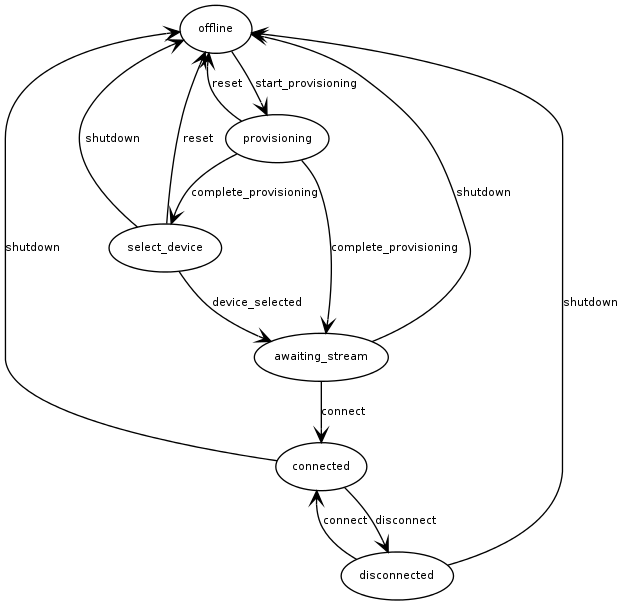
Before: doc/fsm_venue.png, a diagram exported from Graphviz (voicerepublic/voicerepublic_dev). Its source is kept beside it as doc/fsm_venue.dot.
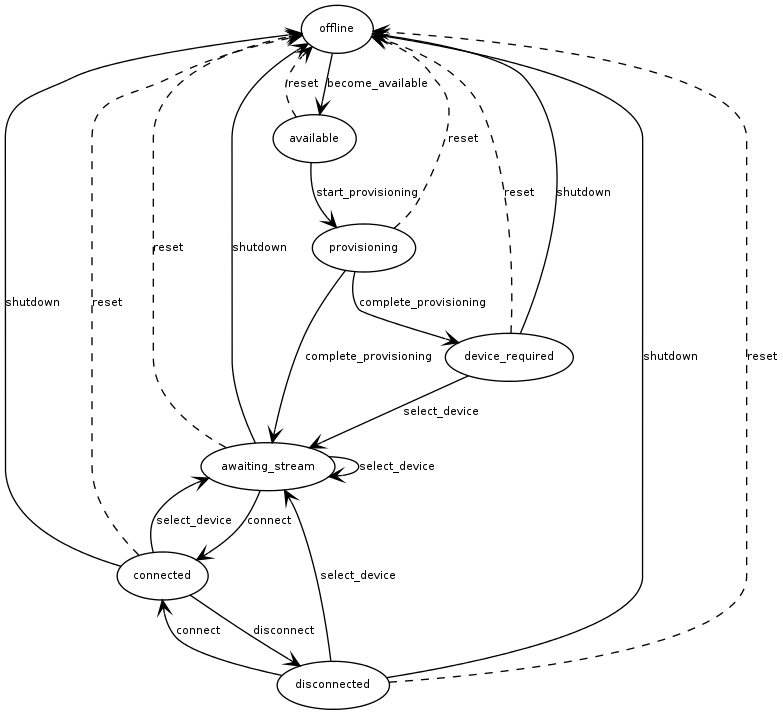
After the commit.

What changed in the source:
```diff
@@ -25,20 +25,33 @@
     shape = "oval"
   ]
 
-  offline -> provisioning [label="start_provisioning"]
+  offline -> available [label="become_available"]
+  available -> provisioning [label="start_provisioning"]
+
   provisioning -> awaiting_stream [label="complete_provisioning"]
-  provisioning -> select_device [label="complete_provisioning"]
+  provisioning -> device_required [label="complete_provisioning"]
+
+  device_required -> awaiting_stream [label="select_device"]
+
   awaiting_stream -> connected [label="connect"]
   disconnected -> connected [label="connect"]
+
   connected -> disconnected [label="disconnect"]
-  select_device -> awaiting_stream [label="device_selected"]
 
-  select_device -> offline [label="shutdown"]
+  device_required -> offline [label="shutdown"]
   awaiting_stream -> offline [label="shutdown"]
   connected -> offline [label="shutdown"]
   disconnected -> offline [label="shutdown"]
 
-  provisioning -> offline [label="reset"]
-  select_device -> offline [label="reset"]
+  available -> offline [label="reset" style=dashed]
+  provisioning -> offline [label="reset" style=dashed]
+  device_required -> offline [label="reset" style=dashed]
+  awaiting_stream -> offline [label="reset" style=dashed]
+  connected -> offline [label="reset" style=dashed]
+  disconnected -> offline [label="reset" style=dashed]
+
+  awaiting_stream -> awaiting_stream [label="select_device"]
+  connected -> awaiting_stream [label="select_device"]
+  disconnected -> awaiting_stream [label="select_device"]
 
 }
```
